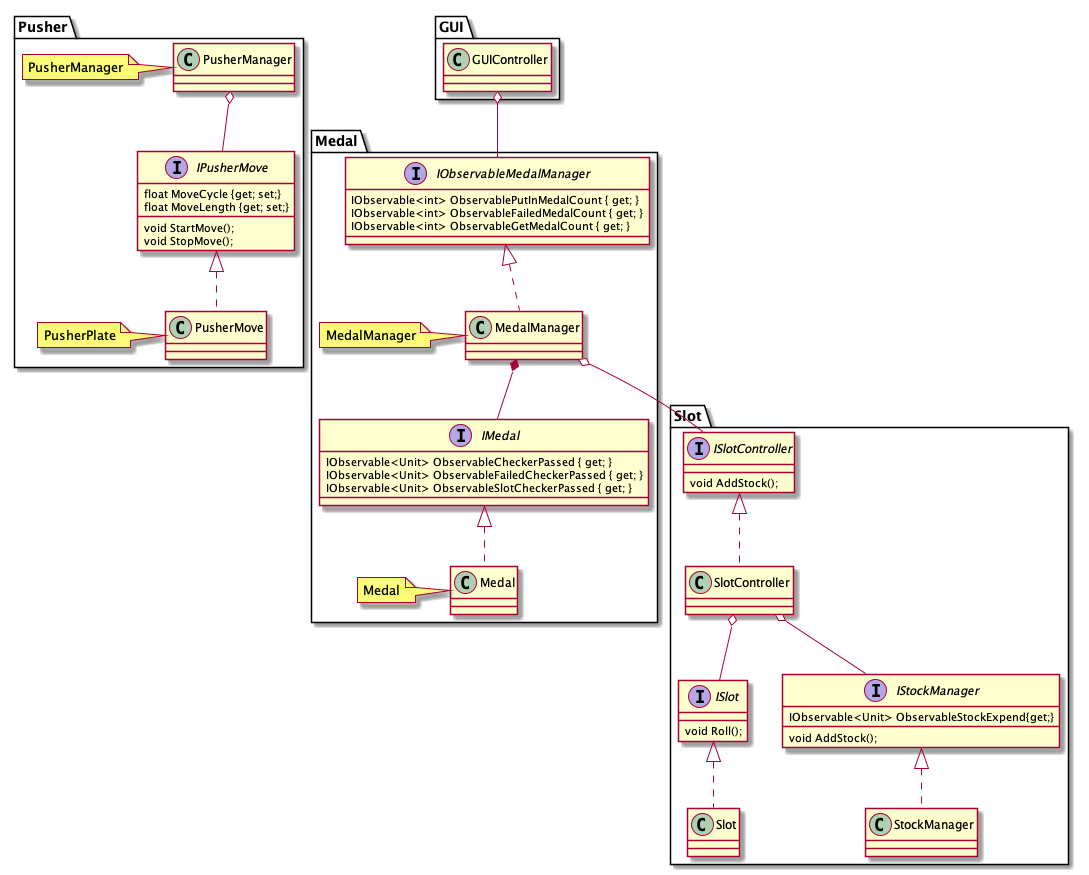
Earlier version of the PlantUML export Documents/ClassDiaglam/MedalPusherGameClassDiaglam.png (yutorisan/CoinPusherGame). The source it was exported from:
```plantuml
@startuml MedalPusherGameClassDiaglam

namespace Pusher{

    class PusherManager
    note left:PusherManager

    interface IPusherMove{
        void StartMove();
        void StopMove();
        float MoveCycle {get; set;}
        float MoveLength {get; set;}
    }
    class PusherMove
    note left : PusherPlate

    IPusherMove <|.. PusherMove
    PusherManager o-- IPusherMove
}

namespace Medal{
    interface IMedal{
		IObservable<Unit> ObservableCheckerPassed { get; }
		IObservable<Unit> ObservableFailedCheckerPassed { get; }
		IObservable<Unit> ObservableSlotCheckerPassed { get; }
    }
    class Medal
    note left : Medal

    IMedal <|.. Medal

    interface IObservableMedalManager{
        IObservable<int> ObservablePutInMedalCount { get; }
		IObservable<int> ObservableFailedMedalCount { get; }
		IObservable<int> ObservableGetMedalCount { get; }
    }
    class MedalManager
    note left : MedalManager

    IObservableMedalManager <|.. MedalManager

    MedalManager *-- IMedal
}

namespace GUI{
    class GUIController
}

namespace Slot{
    interface ISlotController{
        void AddStock();
    }
    class SlotController

    ISlotController <|.. SlotController

    interface ISlot{
        void Roll();
    }
    class Slot

    ISlot <|.. Slot

    interface IStockManager{
        void AddStock();
        IObservable<Unit> ObservableStockExpend{get;}
    }
    class StockManager

    IStockManager <|.. StockManager

    SlotController o-- IStockManager
    SlotController o-- ISlot
}

GUI.GUIController o-- Medal.IObservableMedalManager

Medal.MedalManager o-- Slot.ISlotController

@enduml
```
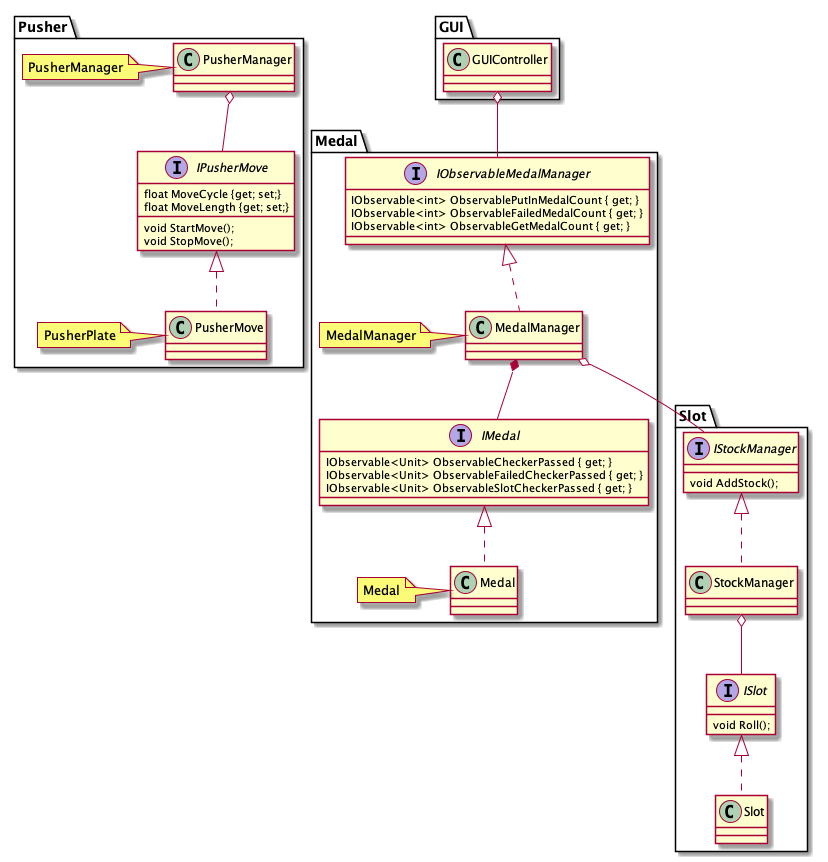
After the commit.

The edit, as a diff of the source:
```diff
@@ -47,12 +47,6 @@
 }
 
 namespace Slot{
-    interface ISlotController{
-        void AddStock();
-    }
-    class SlotController
-
-    ISlotController <|.. SlotController
 
     interface ISlot{
         void Roll();
@@ -63,18 +57,16 @@
 
     interface IStockManager{
         void AddStock();
-        IObservable<Unit> ObservableStockExpend{get;}
     }
     class StockManager
 
     IStockManager <|.. StockManager
 
-    SlotController o-- IStockManager
-    SlotController o-- ISlot
+    StockManager o-- ISlot
 }
 
 GUI.GUIController o-- Medal.IObservableMedalManager
 
-Medal.MedalManager o-- Slot.ISlotController
+Medal.MedalManager o-- Slot.IStockManager
 
 @enduml
```
